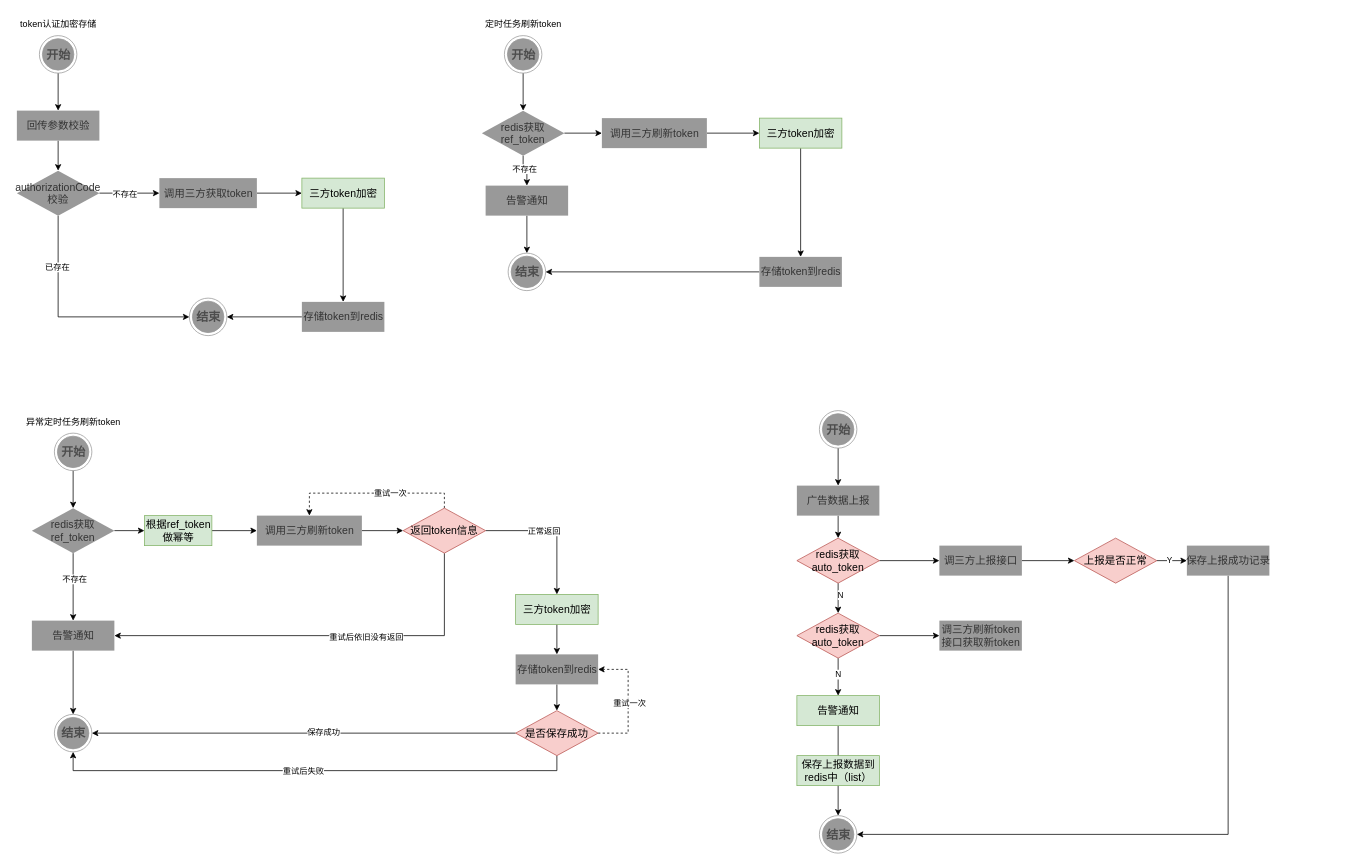
Above: page "Token鉴权" (16 of 18) of src/draw/广告投放系统.drawio in y13513867074/draw (draw.io), before the change. Source tidied: cells renumbered, new cells numbered last; positions are measured from the earlier drawing's top-left corner, leaving out a move shared by most shapes. Both pictures are drawn from the tidied source at 75%, with x=0, y=0 at pixel (13, 13).
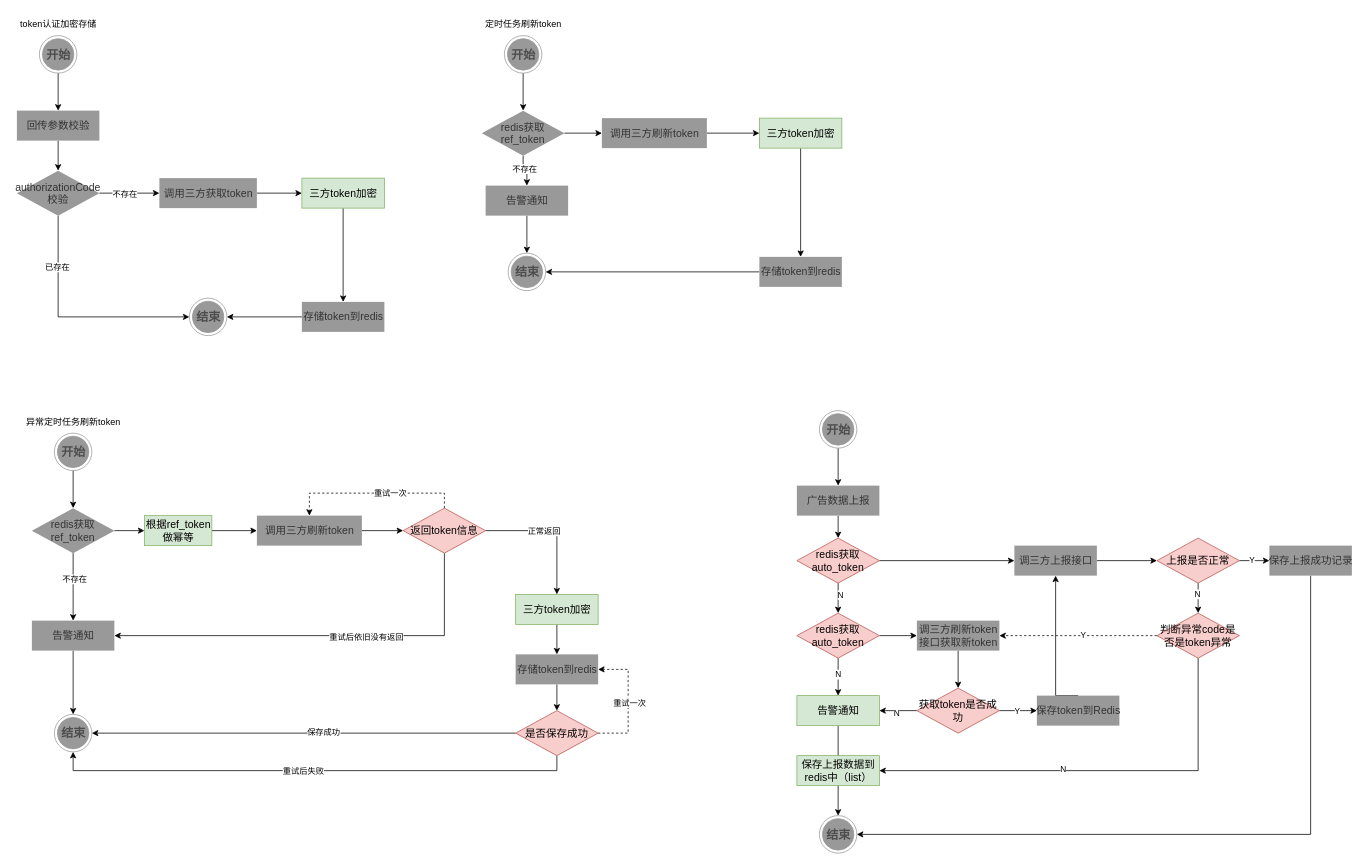
Above is the later version.

Commit message:
更新广告投放系统.drawio

The change refers to these unchanged cells:
```xml
<mxCell id="80" value="告警通知" style="html=1;rounded=0;shadow=0;glass=0;labelBorderColor=none;strokeColor=#82b366;fontFamily=Helvetica;fontSize=14;startSize=23;fillColor=#d5e8d4;arcSize=8;strokeWidth=1;flipV=1;flipH=1;sketch=0;" parent="1" vertex="1">
  <mxGeometry x="1045" y="910" width="110" height="40" as="geometry" />
</mxCell>
<mxCell id="90" value="保存上报数据到&lt;div&gt;redis中（list）&lt;/div&gt;" style="html=1;rounded=0;shadow=0;glass=0;labelBorderColor=none;strokeColor=#82b366;fontFamily=Helvetica;fontSize=14;startSize=23;fillColor=#d5e8d4;arcSize=8;strokeWidth=1;flipV=1;flipH=1;sketch=0;" parent="1" vertex="1">
  <mxGeometry x="1045" y="990" width="110" height="40" as="geometry" />
</mxCell>
```

The edit, as a diff of the source:
```diff
@@
     <mxCell id="83" value="调三方上报接口" style="html=1;rounded=0;shadow=0;glass=0;labelBorderColor=none;strokeColor=none;fontFamily=Helvetica;fontSize=14;fontColor=#333333;startSize=23;fillColor=#999999;arcSize=8;strokeWidth=1;flipV=1;flipH=1;sketch=0;" parent="1" vertex="1">
-      <mxGeometry x="1235" y="710" width="110" height="40" as="geometry" />
+      <mxGeometry x="1335" y="710" width="110" height="40" as="geometry" />
     </mxCell>
@@
+    <mxCell id="91" style="edgeStyle=orthogonalEdgeStyle;rounded=0;jettySize=auto;html=1;exitX=0.5;exitY=1;exitDx=0;exitDy=0;entryX=0.5;entryY=0;entryDx=0;entryDy=0;" parent="1" edge="1" source="86" target="105">
+      <mxGeometry relative="1" as="geometry" />
+    </mxCell>
+    <mxCell id="92" value="N" style="edgeLabel;html=1;align=center;verticalAlign=middle;" parent="91" vertex="1">
+      <mxGeometry x="-0.29" y="-2" relative="1" as="geometry" />
+    </mxCell>
     <mxCell id="86" value="上报是否正常" style="rhombus;whiteSpace=wrap;html=1;fontSize=14;fillColor=#f8cecc;strokeColor=#b85450;rounded=0;shadow=0;glass=0;labelBorderColor=none;startSize=23;arcSize=8;strokeWidth=1;sketch=0;fontFamily=Helvetica;" parent="1" vertex="1">
-      <mxGeometry x="1415" y="700" width="110" height="60" as="geometry" />
+      <mxGeometry x="1525" y="700" width="110" height="60" as="geometry" />
     </mxCell>
@@
     <mxCell id="88" value="保存上报成功记录" style="html=1;rounded=0;shadow=0;glass=0;labelBorderColor=none;strokeColor=none;fontFamily=Helvetica;fontSize=14;fontColor=#333333;startSize=23;fillColor=#999999;arcSize=8;strokeWidth=1;flipV=1;flipH=1;sketch=0;" parent="1" vertex="1">
-      <mxGeometry x="1565" y="710" width="110" height="40" as="geometry" />
+      <mxGeometry x="1675" y="710" width="110" height="40" as="geometry" />
     </mxCell>
+    <mxCell id="93" style="edgeStyle=orthogonalEdgeStyle;rounded=0;jettySize=auto;html=1;exitX=0.5;exitY=1;exitDx=0;exitDy=0;entryX=0.5;entryY=0;entryDx=0;entryDy=0;" parent="1" edge="1" source="89" target="98">
+      <mxGeometry relative="1" as="geometry" />
+    </mxCell>
     <mxCell id="89" value="调三方刷新token&lt;div&gt;接口获取新token&lt;/div&gt;" style="html=1;rounded=0;shadow=0;glass=0;labelBorderColor=none;strokeColor=none;fontFamily=Helvetica;fontSize=14;fontColor=#333333;startSize=23;fillColor=#999999;arcSize=8;strokeWidth=1;flipV=1;flipH=1;sketch=0;" parent="1" vertex="1">
-      <mxGeometry x="1235" y="810" width="110" height="40" as="geometry" />
+      <mxGeometry x="1205" y="810" width="110" height="40" as="geometry" />
     </mxCell>
@@
+    <mxCell id="94" style="edgeStyle=orthogonalEdgeStyle;rounded=0;jettySize=auto;html=1;exitX=0;exitY=0.5;exitDx=0;exitDy=0;entryX=1;entryY=0.5;entryDx=0;entryDy=0;" parent="1" edge="1" source="98" target="80">
+      <mxGeometry relative="1" as="geometry" />
+    </mxCell>
+    <mxCell id="95" value="N" style="edgeLabel;html=1;align=center;verticalAlign=middle;" parent="94" vertex="1">
+      <mxGeometry x="0.1" y="2" relative="1" as="geometry" />
+    </mxCell>
+    <mxCell id="96" style="edgeStyle=orthogonalEdgeStyle;rounded=0;jettySize=auto;html=1;exitX=1;exitY=0.5;exitDx=0;exitDy=0;entryX=0;entryY=0.5;entryDx=0;entryDy=0;" parent="1" edge="1" source="98" target="100">
+      <mxGeometry relative="1" as="geometry" />
+    </mxCell>
+    <mxCell id="97" value="Y" style="edgeLabel;html=1;align=center;verticalAlign=middle;" parent="96" vertex="1">
+      <mxGeometry x="-0.07" relative="1" as="geometry" />
+    </mxCell>
+    <mxCell id="98" value="获取token是否成功" style="rhombus;whiteSpace=wrap;html=1;fontSize=14;fillColor=#f8cecc;strokeColor=#b85450;rounded=0;shadow=0;glass=0;labelBorderColor=none;startSize=23;arcSize=8;strokeWidth=1;sketch=0;fontFamily=Helvetica;" parent="1" vertex="1">
+      <mxGeometry x="1205" y="900" width="110" height="60" as="geometry" />
+    </mxCell>
+    <mxCell id="99" style="edgeStyle=orthogonalEdgeStyle;rounded=0;jettySize=auto;html=1;exitX=0.5;exitY=0;exitDx=0;exitDy=0;entryX=0.5;entryY=1;entryDx=0;entryDy=0;" parent="1" edge="1" source="100" target="83">
+      <mxGeometry relative="1" as="geometry">
+        <Array as="points">
+          <mxPoint x="1390" y="910" />
+        </Array>
+      </mxGeometry>
+    </mxCell>
+    <mxCell id="100" value="保存token到Redis" style="html=1;rounded=0;shadow=0;glass=0;labelBorderColor=none;strokeColor=none;fontFamily=Helvetica;fontSize=14;fontColor=#333333;startSize=23;fillColor=#999999;arcSize=8;strokeWidth=1;flipV=1;flipH=1;sketch=0;" parent="1" vertex="1">
+      <mxGeometry x="1365" y="910" width="110" height="40" as="geometry" />
+    </mxCell>
+    <mxCell id="101" style="edgeStyle=orthogonalEdgeStyle;rounded=0;jettySize=auto;html=1;exitX=0.5;exitY=1;exitDx=0;exitDy=0;entryX=1;entryY=0.5;entryDx=0;entryDy=0;" parent="1" edge="1" source="105" target="90">
+      <mxGeometry relative="1" as="geometry" />
+    </mxCell>
+    <mxCell id="102" value="N" style="edgeLabel;html=1;align=center;verticalAlign=middle;" parent="101" vertex="1">
+      <mxGeometry x="0.15" y="-3" relative="1" as="geometry" />
+    </mxCell>
+    <mxCell id="103" style="edgeStyle=orthogonalEdgeStyle;rounded=0;jettySize=auto;html=1;exitX=0;exitY=0.5;exitDx=0;exitDy=0;entryX=1;entryY=0.5;entryDx=0;entryDy=0;dashed=1;" parent="1" edge="1" source="105" target="89">
+      <mxGeometry relative="1" as="geometry" />
+    </mxCell>
+    <mxCell id="104" value="Y" style="edgeLabel;html=1;align=center;verticalAlign=middle;" parent="103" vertex="1">
+      <mxGeometry x="-0.06" y="-1" relative="1" as="geometry" />
+    </mxCell>
+    <mxCell id="105" value="判断异常code是否是token异常" style="rhombus;whiteSpace=wrap;html=1;fontSize=14;fillColor=#f8cecc;strokeColor=#b85450;rounded=0;shadow=0;glass=0;labelBorderColor=none;startSize=23;arcSize=8;strokeWidth=1;sketch=0;fontFamily=Helvetica;" parent="1" vertex="1">
+      <mxGeometry x="1525" y="800" width="110" height="60" as="geometry" />
+    </mxCell>
```
